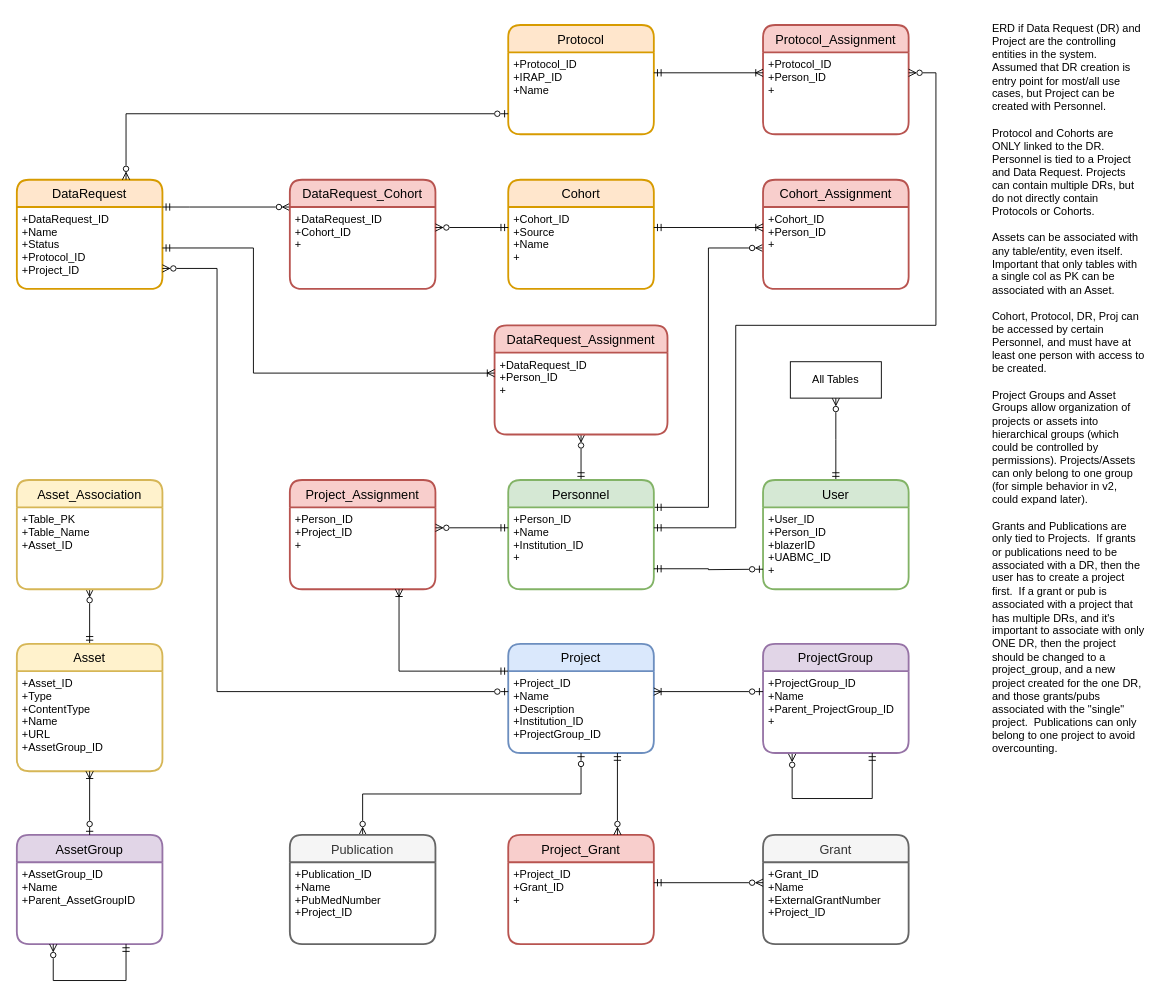
ntimkovich/UAB-II-Diagrams keeps this draw.io diagram as page "All tables" (9 of 9) of DataLens ERD.drawio. Above is the earlier version. Source tidied: cells renumbered, new cells numbered last; positions are measured from the earlier drawing's top-left corner, leaving out a move shared by most shapes. Both pictures are drawn from the tidied source at 91%, with x=0, y=0 at pixel (16, 15).
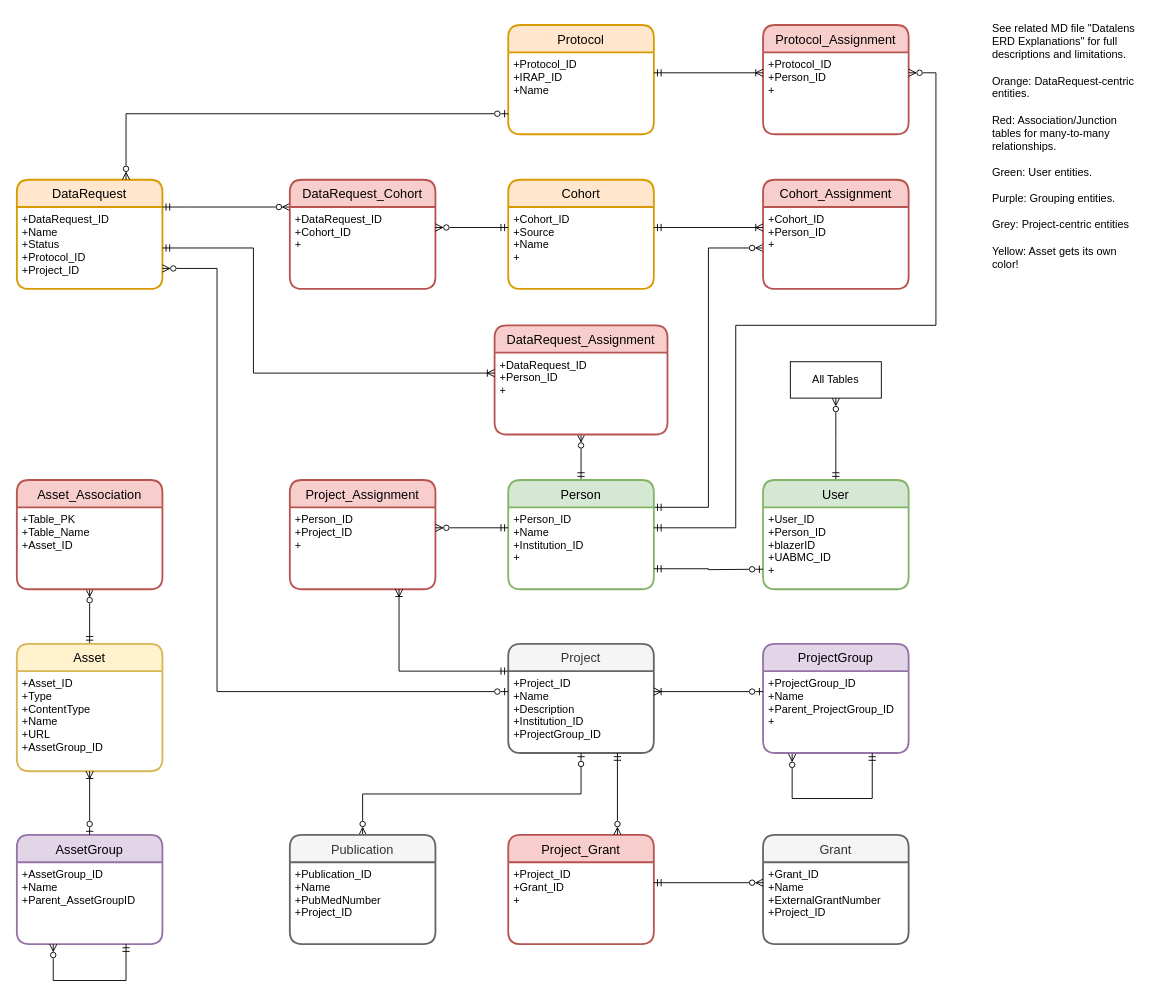
Above is the later version.

What changed in the source:
```diff
@@
-    <mxCell id="10" value="Personnel" style="swimlane;horizontal=1;startSize=30;rounded=1;fontSize=14;fontStyle=0;strokeWidth=2;shadow=0;dashed=0;align=center;fillColor=#d5e8d4;strokeColor=#82b366;" parent="1" vertex="1">
+    <mxCell id="10" value="Person" style="swimlane;horizontal=1;startSize=30;rounded=1;fontSize=14;fontStyle=0;strokeWidth=2;shadow=0;dashed=0;align=center;fillColor=#d5e8d4;strokeColor=#82b366;" parent="1" vertex="1">
       <mxGeometry x="540" y="510" width="160" height="120" as="geometry" />
     </mxCell>
@@
-    <mxCell id="15" value="Project" style="swimlane;horizontal=1;startSize=30;rounded=1;fontSize=14;fontStyle=0;strokeWidth=2;shadow=0;dashed=0;align=center;fillColor=#dae8fc;strokeColor=#6c8ebf;" parent="1" vertex="1">
+    <mxCell id="15" value="Project" style="swimlane;horizontal=1;startSize=30;rounded=1;fontSize=14;fontStyle=0;strokeWidth=2;shadow=0;dashed=0;align=center;fillColor=#f5f5f5;strokeColor=#666666;fontColor=#333333;" parent="1" vertex="1">
       <mxGeometry x="540" y="690" width="160" height="120" as="geometry" />
     </mxCell>
@@
-    <mxCell id="20" value="ERD if Data Request (DR) and Project are the controlling entities in the system.&amp;nbsp; Assumed that DR creation is entry point for most/all use cases, but Project can be created with Personnel.&lt;br&gt;&lt;br&gt;Protocol and Cohorts are ONLY linked to the DR.&amp;nbsp; Personnel is tied to a Project and Data Request. Projects can contain multiple DRs, but do not directly contain Protocols or Cohorts.&lt;br&gt;&lt;br&gt;Assets can be associated with any table/entity, even itself. Important that only tables with a single col as PK can be associated with an Asset.&lt;br&gt;&lt;br&gt;Cohort, Protocol, DR, Proj can be accessed by certain Personnel, and must have at least one person with access to be created.&lt;br&gt;&lt;br&gt;Project Groups and Asset Groups allow organization of projects or assets into hierarchical groups (which could be controlled by permissions). Projects/Assets can only belong to one group (for simple behavior in v2, could expand later).&lt;br&gt;&lt;br&gt;Grants and Publications are only tied to Projects.&amp;nbsp; If grants or publications need to be associated with a DR, then the user has to create a project first.&amp;nbsp; If a grant or pub is associated with a project that has multiple DRs, and it's important to associate with only ONE DR, then the project should be changed to a project_group, and a new project created for the one DR, and those grants/pubs associated with the &quot;single&quot; project.&amp;nbsp; Publications can only belong to one project to avoid overcounting." style="text;html=1;strokeColor=none;fillColor=none;align=left;verticalAlign=top;whiteSpace=wrap;rounded=0;" parent="1" vertex="1">
+    <mxCell id="20" value="See related MD file &quot;Datalens ERD Explanations&quot; for full descriptions and limitations.&lt;br&gt;&lt;br&gt;Orange: DataRequest-centric entities.&lt;br&gt;&lt;br&gt;Red: Association/Junction tables for many-to-many relationships.&lt;br&gt;&lt;br&gt;Green: User entities.&lt;br&gt;&lt;br&gt;Purple: Grouping entities.&lt;br&gt;&lt;br&gt;Grey: Project-centric entities&lt;br&gt;&lt;br&gt;Yellow: Asset gets its own color!" style="text;html=1;strokeColor=none;fillColor=none;align=left;verticalAlign=top;whiteSpace=wrap;rounded=0;" parent="1" vertex="1">
       <mxGeometry x="1070" width="170" height="820" as="geometry" />
     </mxCell>
@@
-    <mxCell id="27" value="Asset_Association" style="swimlane;horizontal=1;startSize=30;rounded=1;fontSize=14;fontStyle=0;strokeWidth=2;shadow=0;dashed=0;align=center;fillColor=#fff2cc;strokeColor=#d6b656;" parent="1" vertex="1">
+    <mxCell id="27" value="Asset_Association" style="swimlane;horizontal=1;startSize=30;rounded=1;fontSize=14;fontStyle=0;strokeWidth=2;shadow=0;dashed=0;align=center;fillColor=#f8cecc;strokeColor=#b85450;" parent="1" vertex="1">
       <mxGeometry y="510" width="160" height="120" as="geometry" />
     </mxCell>
```
